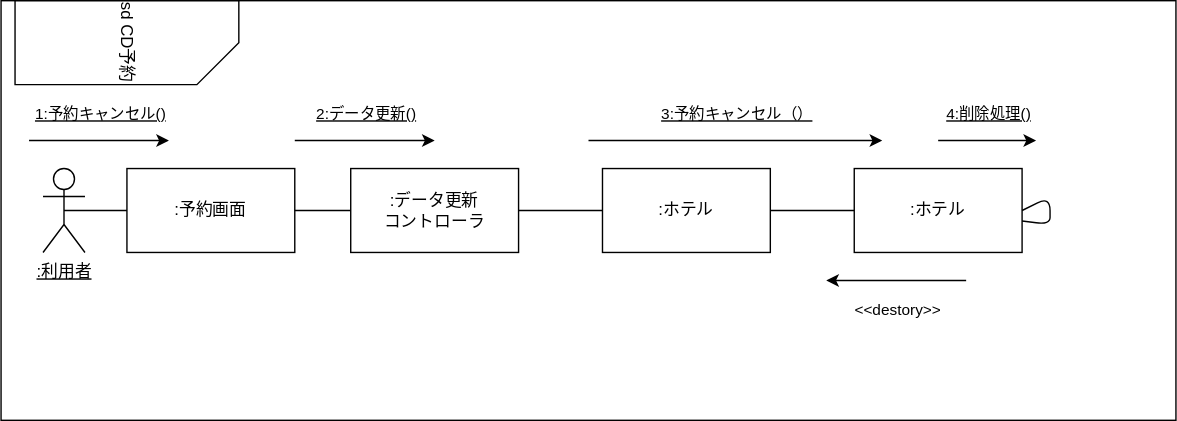
This is 演習５-2_CD_予約登録削除.drawio.svg from kikuchihibiki/uml-introduction, a draw.io export, as it was before one commit. Source tidied: cells renumbered, new cells last; positions are measured from the earlier drawing's top-left corner, leaving out a move shared by most shapes.
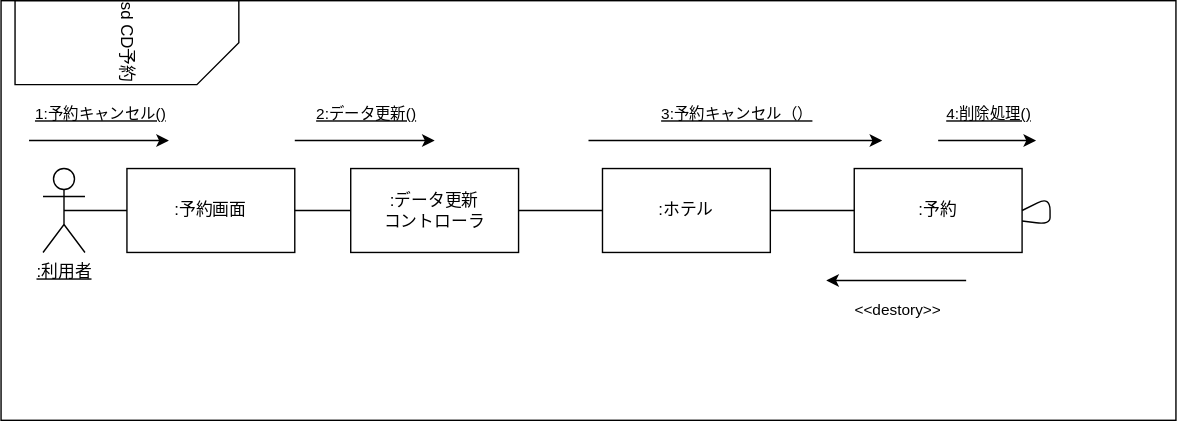
The same diagram one commit later.

The edit, as a diff of the source:
```diff
@@ -20,7 +20,7 @@
     <mxCell id="7" value=":ホテル" style="rounded=0;whiteSpace=wrap;html=1;" parent="1" vertex="1">
       <mxGeometry x="430" y="170" width="120" height="60" as="geometry" />
     </mxCell>
-    <mxCell id="8" value=":ホテル" style="rounded=0;whiteSpace=wrap;html=1;" parent="1" vertex="1">
+    <mxCell id="8" value=":予約" style="rounded=0;whiteSpace=wrap;html=1;" parent="1" vertex="1">
       <mxGeometry x="610" y="170" width="120" height="60" as="geometry" />
     </mxCell>
     <mxCell id="9" style="endArrow=none;html=1;exitX=0.5;exitY=0.5;exitDx=0;exitDy=0;exitPerimeter=0;entryX=0;entryY=0.5;entryDx=0;entryDy=0;" parent="1" edge="1" source="4" target="5">
```
